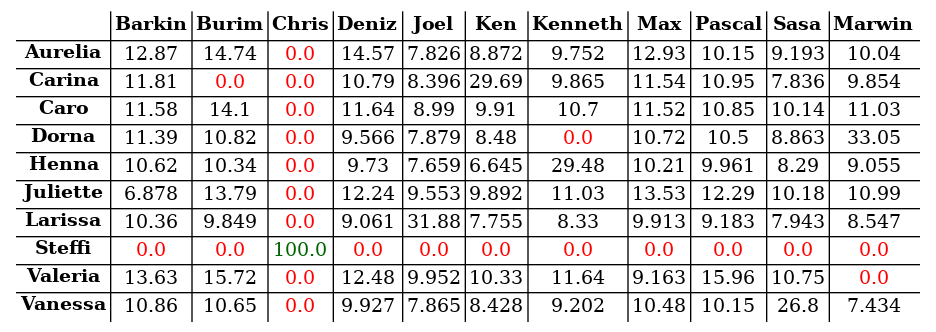
Earlier version of the Graphviz export s04/s04_tab.png (atticus-sullivan/sim-ayto). Its source is kept beside it as s04/s04_tab.dot. Its diagram source:
```dot
digraph structs { node[shape=plaintext] struct[label=<
<table cellspacing="2" border="0" rows="*" columns="*">
<tr>
<td></td>
<td><B>Barkin</B></td>
<td><B>Burim</B></td>
<td><B>Chris</B></td>
<td><B>Deniz</B></td>
<td><B>Joel</B></td>
<td><B>Ken</B></td>
<td><B>Kenneth</B></td>
<td><B>Max</B></td>
<td><B>Pascal</B></td>
<td><B>Sasa</B></td>
<td><B>Marwin</B></td>
</tr>
<tr><td><B>Aurelia</B></td>
<td><font color="black">12.87</font></td>
<td><font color="black">14.74</font></td>
<td><font color="red">0.0</font></td>
<td><font color="black">14.57</font></td>
<td><font color="black">7.826</font></td>
<td><font color="black">8.872</font></td>
<td><font color="black">9.752</font></td>
<td><font color="black">12.93</font></td>
<td><font color="black">10.15</font></td>
<td><font color="black">9.193</font></td>
<td><font color="black">10.04</font></td>
</tr>
<tr><td><B>Carina</B></td>
<td><font color="black">11.81</font></td>
<td><font color="red">0.0</font></td>
<td><font color="red">0.0</font></td>
<td><font color="black">10.79</font></td>
<td><font color="black">8.396</font></td>
<td><font color="black">29.69</font></td>
<td><font color="black">9.865</font></td>
<td><font color="black">11.54</font></td>
<td><font color="black">10.95</font></td>
<td><font color="black">7.836</font></td>
<td><font color="black">9.854</font></td>
</tr>
<tr><td><B>Caro</B></td>
<td><font color="black">11.58</font></td>
<td><font color="black">14.1</font></td>
<td><font color="red">0.0</font></td>
<td><font color="black">11.64</font></td>
<td><font color="black">8.99</font></td>
<td><font color="black">9.91</font></td>
<td><font color="black">10.7</font></td>
<td><font color="black">11.52</font></td>
<td><font color="black">10.85</font></td>
<td><font color="black">10.14</font></td>
<td><font color="black">11.03</font></td>
</tr>
<tr><td><B>Dorna</B></td>
<td><font color="black">11.39</font></td>
<td><font color="black">10.82</font></td>
<td><font color="red">0.0</font></td>
<td><font color="black">9.566</font></td>
<td><font color="black">7.879</font></td>
<td><font color="black">8.48</font></td>
<td><font color="red">0.0</font></td>
<td><font color="black">10.72</font></td>
<td><font color="black">10.5</font></td>
<td><font color="black">8.863</font></td>
<td><font color="black">33.05</font></td>
</tr>
<tr><td><B>Henna</B></td>
<td><font color="black">10.62</font></td>
<td><font color="black">10.34</font></td>
<td><font color="red">0.0</font></td>
<td><font color="black">9.73</font></td>
<td><font color="black">7.659</font></td>
<td><font color="black">6.645</font></td>
<td><font color="black">29.48</font></td>
<td><font color="black">10.21</font></td>
<td><font color="black">9.961</font></td>
<td><font color="black">8.29</font></td>
<td><font color="black">9.055</font></td>
</tr>
<tr><td><B>Juliette</B></td>
<td><font color="black">6.878</font></td>
<td><font color="black">13.79</font></td>
<td><font color="red">0.0</font></td>
<td><font color="black">12.24</font></td>
<td><font color="black">9.553</font></td>
<td><font color="black">9.892</font></td>
<td><font color="black">11.03</font></td>
<td><font color="black">13.53</font></td>
<td><font color="black">12.29</font></td>
<td><font color="black">10.18</font></td>
<td><font color="black">10.99</font></td>
</tr>
<tr><td><B>Larissa</B></td>
<td><font color="black">10.36</font></td>
<td><font color="black">9.849</font></td>
<td><font color="red">0.0</font></td>
<td><font color="black">9.061</font></td>
<td><font color="black">31.88</font></td>
<td><font color="black">7.755</font></td>
<td><font color="black">8.33</font></td>
<td><font color="black">9.913</font></td>
<td><font color="black">9.183</font></td>
<td><font color="black">7.943</font></td>
<td><font color="black">8.547</font></td>
</tr>
<tr><td><B>Steffi</B></td>
<td><font color="red">0.0</font></td>
<td><font color="red">0.0</font></td>
<td><font color="darkgreen">100.0</font></td>
<td><font color="red">0.0</font></td>
<td><font color="red">0.0</font></td>
<td><font color="red">0.0</font></td>
<td><font color="red">0.0</font></td>
<td><font color="red">0.0</font></td>
<td><font color="red">0.0</font></td>
<td><font color="red">0.0</font></td>
<td><font color="red">0.0</font></td>
</tr>
<tr><td><B>Valeria</B></td>
<td><font color="black">13.63</font></td>
<td><font color="black">15.72</font></td>
<td><font color="red">0.0</font></td>
<td><font color="black">12.48</font></td>
<td><font color="black">9.952</font></td>
<td><font color="black">10.33</font></td>
<td><font color="black">11.64</font></td>
<td><font color="black">9.163</font></td>
<td><font color="black">15.96</font></td>
<td><font color="black">10.75</font></td>
<td><font color="red">0.0</font></td>
</tr>
<tr><td><B>Vanessa</B></td>
<td><font color="black">10.86</font></td>
<td><font color="black">10.65</font></td>
<td><font color="red">0.0</font></td>
<td><font color="black">9.927</font></td>
<td><font color="black">7.865</font></td>
<td><font color="black">8.428</font></td>
<td><font color="black">9.202</font></td>
<td><font color="black">10.48</font></td>
<td><font color="black">10.15</font></td>
<td><font color="black">26.8</font></td>
<td><font color="black">7.434</font></td>
</tr>
</table>
>];}
```
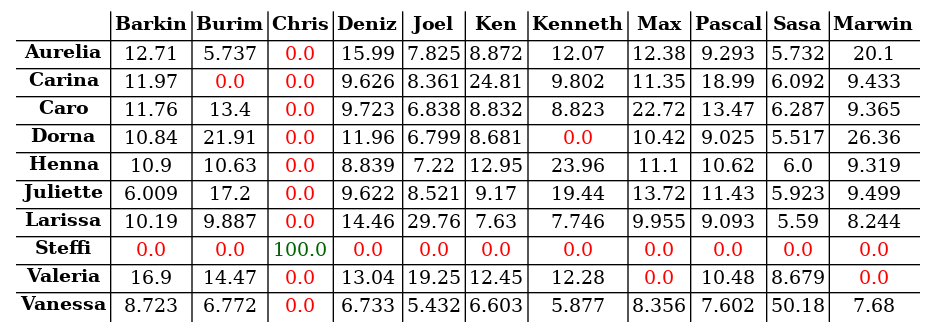
After the commit.

What changed in the source:
```diff
@@ -15,95 +15,95 @@
 <td><B>Marwin</B></td>
 </tr>
 <tr><td><B>Aurelia</B></td>
-<td><font color="black">12.87</font></td>
-<td><font color="black">14.74</font></td>
+<td><font color="black">12.71</font></td>
+<td><font color="black">5.737</font></td>
 <td><font color="red">0.0</font></td>
-<td><font color="black">14.57</font></td>
-<td><font color="black">7.826</font></td>
+<td><font color="black">15.99</font></td>
+<td><font color="black">7.825</font></td>
 <td><font color="black">8.872</font></td>
-<td><font color="black">9.752</font></td>
-<td><font color="black">12.93</font></td>
-<td><font color="black">10.15</font></td>
-<td><font color="black">9.193</font></td>
-<td><font color="black">10.04</font></td>
+<td><font color="black">12.07</font></td>
+<td><font color="black">12.38</font></td>
+<td><font color="black">9.293</font></td>
+<td><font color="black">5.732</font></td>
+<td><font color="black">20.1</font></td>
 </tr>
 <tr><td><B>Carina</B></td>
-<td><font color="black">11.81</font></td>
+<td><font color="black">11.97</font></td>
 <td><font color="red">0.0</font></td>
 <td><font color="red">0.0</font></td>
-<td><font color="black">10.79</font></td>
-<td><font color="black">8.396</font></td>
-<td><font color="black">29.69</font></td>
-<td><font color="black">9.865</font></td>
-<td><font color="black">11.54</font></td>
-<td><font color="black">10.95</font></td>
-<td><font color="black">7.836</font></td>
-<td><font color="black">9.854</font></td>
+<td><font color="black">9.626</font></td>
+<td><font color="black">8.361</font></td>
+<td><font color="black">24.81</font></td>
+<td><font color="black">9.802</font></td>
+<td><font color="black">11.35</font></td>
+<td><font color="black">18.99</font></td>
+<td><font color="black">6.092</font></td>
+<td><font color="black">9.433</font></td>
 </tr>
 <tr><td><B>Caro</B></td>
-<td><font color="black">11.58</font></td>
-<td><font color="black">14.1</font></td>
+<td><font color="black">11.76</font></td>
+<td><font color="black">13.4</font></td>
 <td><font color="red">0.0</font></td>
-<td><font color="black">11.64</font></td>
-<td><font color="black">8.99</font></td>
-<td><font color="black">9.91</font></td>
-<td><font color="black">10.7</font></td>
-<td><font color="black">11.52</font></td>
-<td><font color="black">10.85</font></td>
-<td><font color="black">10.14</font></td>
-<td><font color="black">11.03</font></td>
+<td><font color="black">9.723</font></td>
+<td><font color="black">6.838</font></td>
+<td><font color="black">8.832</font></td>
+<td><font color="black">8.823</font></td>
+<td><font color="black">22.72</font></td>
+<td><font color="black">13.47</font></td>
+<td><font color="black">6.287</font></td>
+<td><font color="black">9.365</font></td>
 </tr>
 <tr><td><B>Dorna</B></td>
-<td><font color="black">11.39</font></td>
-<td><font color="black">10.82</font></td>
+<td><font color="black">10.84</font></td>
+<td><font color="black">21.91</font></td>
 <td><font color="red">0.0</font></td>
-<td><font color="black">9.566</font></td>
-<td><font color="black">7.879</font></td>
-<td><font color="black">8.48</font></td>
+<td><font color="black">11.96</font></td>
+<td><font color="black">6.799</font></td>
+<td><font color="black">8.681</font></td>
 <td><font color="red">0.0</font></td>
-<td><font color="black">10.72</font></td>
-<td><font color="black">10.5</font></td>
-<td><font color="black">8.863</font></td>
-<td><font color="black">33.05</font></td>
+<td><font color="black">10.42</font></td>
+<td><font color="black">9.025</font></td>
+<td><font color="black">5.517</font></td>
+<td><font color="black">26.36</font></td>
 </tr>
 <tr><td><B>Henna</B></td>
+<td><font color="black">10.9</font></td>
+<td><font color="black">10.63</font></td>
+<td><font color="red">0.0</font></td>
+<td><font color="black">8.839</font></td>
+<td><font color="black">7.22</font></td>
+<td><font color="black">12.95</font></td>
+<td><font color="black">23.96</font></td>
+<td><font color="black">11.1</font></td>
 <td><font color="black">10.62</font></td>
-<td><font color="black">10.34</font></td>
-<td><font color="red">0.0</font></td>
-<td><font color="black">9.73</font></td>
-<td><font color="black">7.659</font></td>
-<td><font color="black">6.645</font></td>
-<td><font color="black">29.48</font></td>
-<td><font color="black">10.21</font></td>
-<td><font color="black">9.961</font></td>
-<td><font color="black">8.29</font></td>
-<td><font color="black">9.055</font></td>
+<td><font color="black">6.0</font></td>
+<td><font color="black">9.319</font></td>
 </tr>
 <tr><td><B>Juliette</B></td>
-<td><font color="black">6.878</font></td>
-<td><font color="black">13.79</font></td>
+<td><font color="black">6.009</font></td>
+<td><font color="black">17.2</font></td>
 <td><font color="red">0.0</font></td>
-<td><font color="black">12.24</font></td>
-<td><font color="black">9.553</font></td>
-<td><font color="black">9.892</font></td>
-<td><font color="black">11.03</font></td>
-<td><font color="black">13.53</font></td>
-<td><font color="black">12.29</font></td>
-<td><font color="black">10.18</font></td>
-<td><font color="black">10.99</font></td>
+<td><font color="black">9.622</font></td>
+<td><font color="black">8.521</font></td>
+<td><font color="black">9.17</font></td>
+<td><font color="black">19.44</font></td>
+<td><font color="black">13.72</font></td>
+<td><font color="black">11.43</font></td>
+<td><font color="black">5.923</font></td>
+<td><font color="black">9.499</font></td>
 </tr>
 <tr><td><B>Larissa</B></td>
-<td><font color="black">10.36</font></td>
-<td><font color="black">9.849</font></td>
+<td><font color="black">10.19</font></td>
+<td><font color="black">9.887</font></td>
 <td><font color="red">0.0</font></td>
-<td><font color="black">9.061</font></td>
-<td><font color="black">31.88</font></td>
-<td><font color="black">7.755</font></td>
-<td><font color="black">8.33</font></td>
-<td><font color="black">9.913</font></td>
-<td><font color="black">9.183</font></td>
-<td><font color="black">7.943</font></td>
-<td><font color="black">8.547</font></td>
+<td><font color="black">14.46</font></td>
+<td><font color="black">29.76</font></td>
+<td><font color="black">7.63</font></td>
+<td><font color="black">7.746</font></td>
+<td><font color="black">9.955</font></td>
+<td><font color="black">9.093</font></td>
+<td><font color="black">5.59</font></td>
+<td><font color="black">8.244</font></td>
 </tr>
 <tr><td><B>Steffi</B></td>
 <td><font color="red">0.0</font></td>
@@ -119,30 +119,30 @@
 <td><font color="red">0.0</font></td>
 </tr>
 <tr><td><B>Valeria</B></td>
-<td><font color="black">13.63</font></td>
-<td><font color="black">15.72</font></td>
+<td><font color="black">16.9</font></td>
+<td><font color="black">14.47</font></td>
 <td><font color="red">0.0</font></td>
-<td><font color="black">12.48</font></td>
-<td><font color="black">9.952</font></td>
-<td><font color="black">10.33</font></td>
-<td><font color="black">11.64</font></td>
-<td><font color="black">9.163</font></td>
-<td><font color="black">15.96</font></td>
-<td><font color="black">10.75</font></td>
+<td><font color="black">13.04</font></td>
+<td><font color="black">19.25</font></td>
+<td><font color="black">12.45</font></td>
+<td><font color="black">12.28</font></td>
+<td><font color="red">0.0</font></td>
+<td><font color="black">10.48</font></td>
+<td><font color="black">8.679</font></td>
 <td><font color="red">0.0</font></td>
 </tr>
 <tr><td><B>Vanessa</B></td>
-<td><font color="black">10.86</font></td>
-<td><font color="black">10.65</font></td>
+<td><font color="black">8.723</font></td>
+<td><font color="black">6.772</font></td>
 <td><font color="red">0.0</font></td>
-<td><font color="black">9.927</font></td>
-<td><font color="black">7.865</font></td>
-<td><font color="black">8.428</font></td>
-<td><font color="black">9.202</font></td>
-<td><font color="black">10.48</font></td>
-<td><font color="black">10.15</font></td>
-<td><font color="black">26.8</font></td>
-<td><font color="black">7.434</font></td>
+<td><font color="black">6.733</font></td>
+<td><font color="black">5.432</font></td>
+<td><font color="black">6.603</font></td>
+<td><font color="black">5.877</font></td>
+<td><font color="black">8.356</font></td>
+<td><font color="black">7.602</font></td>
+<td><font color="black">50.18</font></td>
+<td><font color="black">7.68</font></td>
 </tr>
 </table>
 >];}
```
